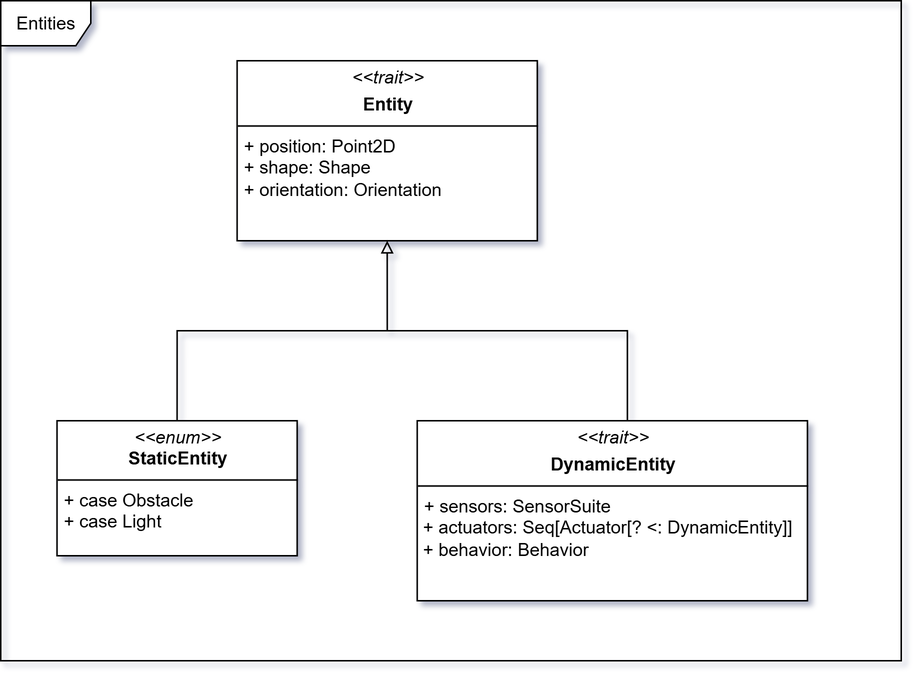
This is docs/static/img/04-detailed-design/entities.png from Scala-Robotics-Simulator/PPS-22-srs, a draw.io export, as it was before one commit. Source tidied: cells renumbered, new cells last; positions are measured from the earlier drawing's top-left corner, leaving out a move shared by most shapes.
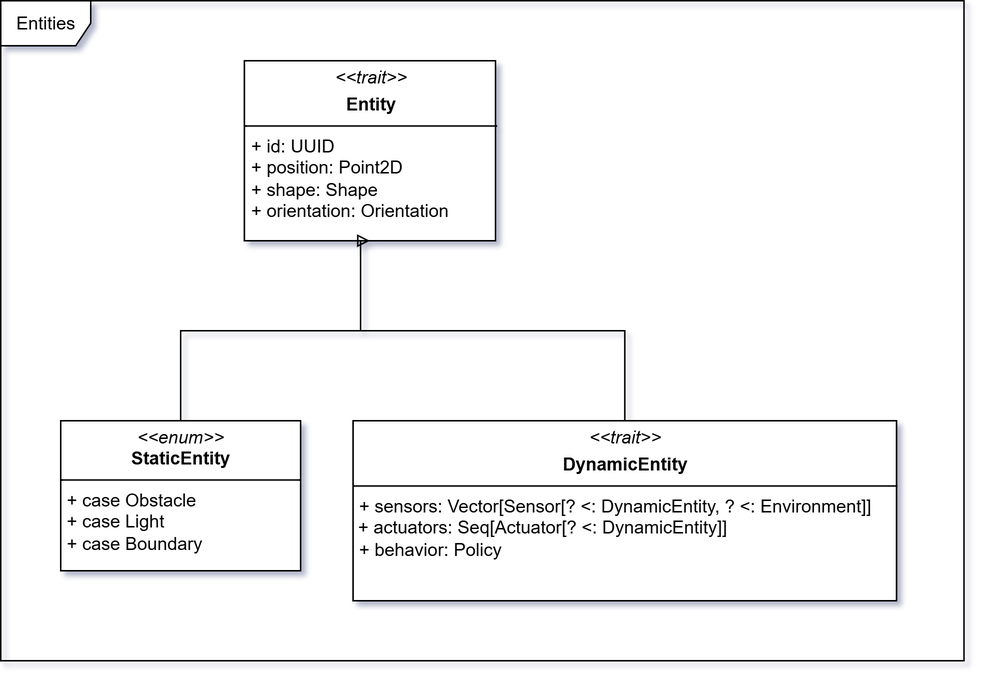
Later version of the same file.

Commit message:
docs: update entity and RNG documentation with images

What changed in the source:
```diff
@@ -2,34 +2,34 @@
   <root>
     <mxCell id="0" />
     <mxCell id="1" parent="0" />
-    <mxCell id="2" value="&lt;p style=&quot;margin:0px;margin-top:4px;text-align:center;&quot;&gt;&lt;i&gt;&amp;lt;&amp;lt;trait&amp;gt;&amp;gt;&lt;/i&gt;&lt;/p&gt;&lt;p style=&quot;margin:0px;margin-top:4px;text-align:center;&quot;&gt;&lt;b&gt;Entity&lt;/b&gt;&lt;/p&gt;&lt;hr size=&quot;1&quot; style=&quot;border-style:solid;&quot;&gt;&lt;p style=&quot;margin:0px;margin-left:4px;&quot;&gt;+ position: Point2D&lt;/p&gt;&lt;p style=&quot;margin:0px;margin-left:4px;&quot;&gt;+ shape: Shape&lt;/p&gt;&lt;p style=&quot;margin:0px;margin-left:4px;&quot;&gt;+ orientation: Orientation&lt;/p&gt;" style="verticalAlign=top;align=left;overflow=fill;html=1;whiteSpace=wrap;" parent="1" vertex="1">
-      <mxGeometry x="157.5" y="40" width="200" height="120" as="geometry" />
+    <mxCell id="2" value="&lt;p style=&quot;margin:0px;margin-top:4px;text-align:center;&quot;&gt;&lt;i&gt;&amp;lt;&amp;lt;trait&amp;gt;&amp;gt;&lt;/i&gt;&lt;/p&gt;&lt;p style=&quot;margin:0px;margin-top:4px;text-align:center;&quot;&gt;&lt;b&gt;Entity&lt;/b&gt;&lt;/p&gt;&lt;hr size=&quot;1&quot; style=&quot;border-style:solid;&quot;&gt;&lt;p style=&quot;margin:0px;margin-left:4px;&quot;&gt;+&amp;nbsp;id: UUID&lt;/p&gt;&lt;p style=&quot;margin:0px;margin-left:4px;&quot;&gt;+ position: Point2D&lt;/p&gt;&lt;p style=&quot;margin:0px;margin-left:4px;&quot;&gt;+ shape: Shape&lt;/p&gt;&lt;p style=&quot;margin:0px;margin-left:4px;&quot;&gt;+ orientation: Orientation&lt;/p&gt;" style="verticalAlign=top;align=left;overflow=fill;html=1;whiteSpace=wrap;" parent="1" vertex="1">
+      <mxGeometry x="82.5" y="80" width="167.5" height="120" as="geometry" />
     </mxCell>
-    <mxCell id="3" style="edgeStyle=orthogonalEdgeStyle;rounded=0;jettySize=auto;html=1;exitX=0.5;exitY=0;exitDx=0;exitDy=0;endArrow=block;endFill=0;" parent="1" edge="1" source="4">
+    <mxCell id="3" style="edgeStyle=orthogonalEdgeStyle;rounded=0;jettySize=auto;html=1;exitX=0.5;exitY=0;exitDx=0;exitDy=0;endArrow=block;endFill=0;entryX=0.5;entryY=1;entryDx=0;entryDy=0;" parent="1" edge="1" source="4" target="2">
       <mxGeometry relative="1" as="geometry">
-        <mxPoint x="257.5" y="160" as="targetPoint" />
         <Array as="points">
-          <mxPoint x="417.5" y="220" />
-          <mxPoint x="257.5" y="220" />
+          <mxPoint x="336" y="260" />
+          <mxPoint x="160" y="260" />
+          <mxPoint x="160" y="200" />
         </Array>
       </mxGeometry>
     </mxCell>
-    <mxCell id="4" value="&lt;p style=&quot;margin:0px;margin-top:4px;text-align:center;&quot;&gt;&lt;i&gt;&amp;lt;&amp;lt;trait&amp;gt;&amp;gt;&lt;/i&gt;&lt;/p&gt;&lt;p style=&quot;margin:0px;margin-top:4px;text-align:center;&quot;&gt;&lt;b&gt;DynamicEntity&lt;/b&gt;&lt;/p&gt;&lt;hr size=&quot;1&quot; style=&quot;border-style:solid;&quot;&gt;&lt;p style=&quot;margin:0px;margin-left:4px;&quot;&gt;+ sensors: SensorSuite&lt;/p&gt;&lt;div&gt;&amp;nbsp;+&amp;nbsp;actuators: Seq[Actuator[? &amp;lt;: DynamicEntity]]&lt;/div&gt;&lt;div&gt;&amp;nbsp;+ behavior: Behavior&lt;/div&gt;&lt;p style=&quot;margin:0px;margin-left:4px;&quot;&gt;&lt;br&gt;&lt;/p&gt;" style="verticalAlign=top;align=left;overflow=fill;html=1;whiteSpace=wrap;" parent="1" vertex="1">
-      <mxGeometry x="277.5" y="280" width="260" height="120" as="geometry" />
+    <mxCell id="4" value="&lt;p style=&quot;margin:0px;margin-top:4px;text-align:center;&quot;&gt;&lt;i&gt;&amp;lt;&amp;lt;trait&amp;gt;&amp;gt;&lt;/i&gt;&lt;/p&gt;&lt;p style=&quot;margin:0px;margin-top:4px;text-align:center;&quot;&gt;&lt;b&gt;DynamicEntity&lt;/b&gt;&lt;/p&gt;&lt;hr size=&quot;1&quot; style=&quot;border-style:solid;&quot;&gt;&lt;p style=&quot;margin:0px;margin-left:4px;&quot;&gt;+&amp;nbsp;&lt;span style=&quot;background-color: transparent; color: light-dark(rgb(0, 0, 0), rgb(255, 255, 255));&quot;&gt;sensors: Vector[Sensor[? &amp;lt;: DynamicEntity, ? &amp;lt;: Environment]]&lt;/span&gt;&lt;/p&gt;&lt;div&gt;&amp;nbsp;+&amp;nbsp;actuators: Seq[Actuator[? &amp;lt;: DynamicEntity]]&lt;/div&gt;&lt;p style=&quot;margin:0px;margin-left:4px;&quot;&gt;+&amp;nbsp;&lt;span style=&quot;background-color: transparent; color: light-dark(rgb(0, 0, 0), rgb(255, 255, 255));&quot;&gt;behavior: Policy&lt;/span&gt;&lt;/p&gt;" style="verticalAlign=top;align=left;overflow=fill;html=1;whiteSpace=wrap;" parent="1" vertex="1">
+      <mxGeometry x="155" y="320" width="362.5" height="120" as="geometry" />
     </mxCell>
     <mxCell id="5" value="Entities" style="shape=umlFrame;whiteSpace=wrap;html=1;" parent="1" vertex="1">
-      <mxGeometry width="600" height="440" as="geometry" />
+      <mxGeometry x="-80" y="40" width="642.5" height="440" as="geometry" />
     </mxCell>
     <mxCell id="6" style="edgeStyle=orthogonalEdgeStyle;rounded=0;jettySize=auto;html=1;exitX=0.5;exitY=0;exitDx=0;exitDy=0;endArrow=none;endFill=0;" parent="1" edge="1" source="7">
       <mxGeometry relative="1" as="geometry">
-        <mxPoint x="260" y="220" as="targetPoint" />
+        <mxPoint x="160" y="260" as="targetPoint" />
         <Array as="points">
-          <mxPoint x="118" y="220" />
+          <mxPoint x="40" y="260" />
         </Array>
       </mxGeometry>
     </mxCell>
-    <mxCell id="7" value="&lt;p style=&quot;margin:0px;margin-top:4px;text-align:center;&quot;&gt;&lt;i&gt;&amp;lt;&amp;lt;enum&amp;gt;&amp;gt;&lt;br&gt;&lt;/i&gt;&lt;b&gt;StaticEntity&lt;/b&gt;&lt;/p&gt;&lt;hr size=&quot;1&quot; style=&quot;border-style:solid;&quot;&gt;&lt;p style=&quot;margin:0px;margin-left:4px;&quot;&gt;+ case Obstacle&lt;/p&gt;&lt;p style=&quot;margin:0px;margin-left:4px;&quot;&gt;+ case Light&lt;/p&gt;" style="verticalAlign=top;align=left;overflow=fill;html=1;whiteSpace=wrap;" parent="1" vertex="1">
-      <mxGeometry x="37.5" y="280" width="160" height="90" as="geometry" />
+    <mxCell id="7" value="&lt;p style=&quot;margin:0px;margin-top:4px;text-align:center;&quot;&gt;&lt;i&gt;&amp;lt;&amp;lt;enum&amp;gt;&amp;gt;&lt;br&gt;&lt;/i&gt;&lt;b&gt;StaticEntity&lt;/b&gt;&lt;/p&gt;&lt;hr size=&quot;1&quot; style=&quot;border-style:solid;&quot;&gt;&lt;p style=&quot;margin:0px;margin-left:4px;&quot;&gt;+ case Obstacle&lt;/p&gt;&lt;p style=&quot;margin:0px;margin-left:4px;&quot;&gt;+ case Light&lt;/p&gt;&lt;p style=&quot;margin:0px;margin-left:4px;&quot;&gt;+ case Boundary&lt;/p&gt;" style="verticalAlign=top;align=left;overflow=fill;html=1;whiteSpace=wrap;" parent="1" vertex="1">
+      <mxGeometry x="-40" y="320" width="160" height="100" as="geometry" />
     </mxCell>
   </root>
 </mxGraphModel>
```
